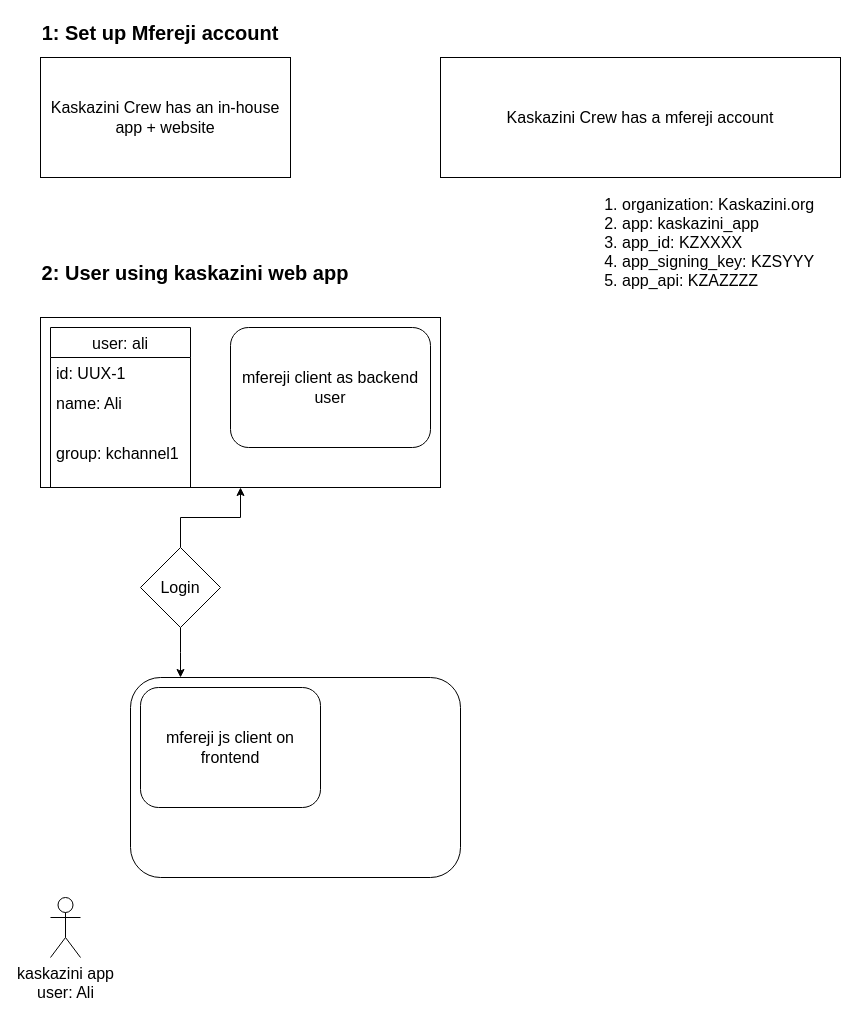
Before: page "Create account and integrate" (2 of 4) of mfereji-workflow.drawio in mfereji-io/chat_examples, a draw.io diagram. Source tidied: cells renumbered, new cells numbered last; positions are measured from the earlier drawing's top-left corner, leaving out a move shared by most shapes. Both pictures are drawn from the tidied source at 100%, with x=0, y=0 at pixel (20, 17).
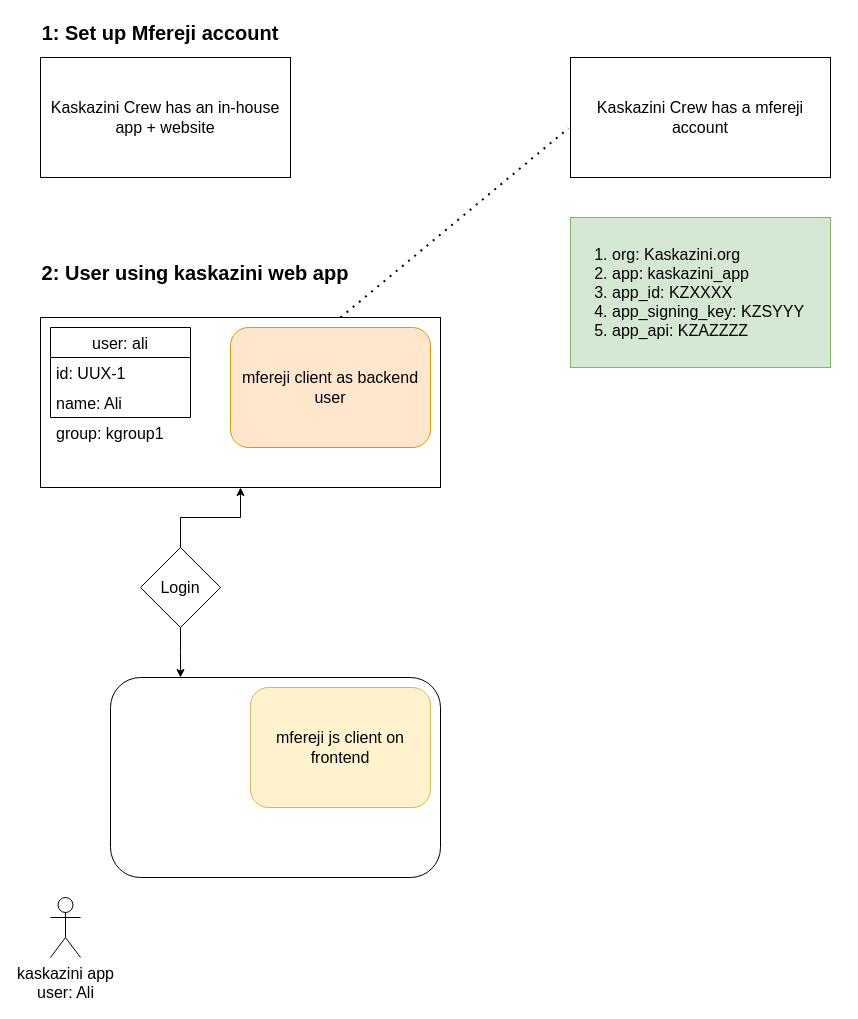
After the change.

Unchanged cells that the change refers to:
```xml
<mxCell id="5" style="rounded=0;whiteSpace=wrap;html=1;fontSize=16;" parent="1" vertex="1">
  <mxGeometry x="20" y="300" width="400" height="170" as="geometry" />
</mxCell>
```

Change to the diagram source:
```diff
@@
     <mxCell id="7" value="user: ali" style="swimlane;fontStyle=0;horizontal=1;startSize=30;fontSize=16;" parent="1" vertex="1">
-      <mxGeometry x="30" y="310" width="140" height="160" as="geometry" />
+      <mxGeometry x="30" y="310" width="140" height="90" as="geometry" />
     </mxCell>
@@
-    <mxCell id="10" value="group: kchannel1" style="text;strokeColor=none;fillColor=none;align=left;verticalAlign=middle;spacingLeft=4;spacingRight=4;overflow=hidden;fontSize=16;" parent="7" vertex="1">
-      <mxGeometry y="90" width="140" height="70" as="geometry" />
-    </mxCell>
     <mxCell id="11" style="rounded=1;whiteSpace=wrap;html=1;fontSize=16;" parent="1" vertex="1">
-      <mxGeometry x="110" y="660" width="330" height="200" as="geometry" />
+      <mxGeometry x="90" y="660" width="330" height="200" as="geometry" />
     </mxCell>
@@
     <mxCell id="15" value="&lt;font style=&quot;font-size: 16px;&quot;&gt;Kaskazini Crew has a mfereji account &lt;/font&gt;" style="rounded=0;whiteSpace=wrap;html=1;" parent="1" vertex="1">
-      <mxGeometry x="420" y="40" width="400" height="120" as="geometry" />
+      <mxGeometry x="550" y="40" width="260" height="120" as="geometry" />
     </mxCell>
-    <mxCell id="16" value="mfereji client as backend user" style="rounded=1;whiteSpace=wrap;html=1;fontSize=16;" parent="1" vertex="1">
+    <mxCell id="16" value="mfereji client as backend user" style="rounded=1;whiteSpace=wrap;html=1;fontSize=16;fillColor=#ffe6cc;strokeColor=#d79b00;" parent="1" vertex="1">
       <mxGeometry x="210" y="310" width="200" height="120" as="geometry" />
     </mxCell>
-    <mxCell id="17" value="mfereji js client on frontend" style="rounded=1;whiteSpace=wrap;html=1;fontSize=16;" parent="1" vertex="1">
-      <mxGeometry x="120" y="670" width="180" height="120" as="geometry" />
+    <mxCell id="17" value="mfereji js client on frontend" style="rounded=1;whiteSpace=wrap;html=1;fontSize=16;fillColor=#fff2cc;strokeColor=#d6b656;" parent="1" vertex="1">
+      <mxGeometry x="230" y="670" width="180" height="120" as="geometry" />
     </mxCell>
-    <mxCell id="18" value="&lt;ol&gt;&lt;li&gt;organization: Kaskazini.org&lt;/li&gt;&lt;li&gt;app: kaskazini_app&lt;/li&gt;&lt;li&gt;app_id: KZXXXX&lt;/li&gt;&lt;li&gt;app_signing_key: KZSYYY&lt;br&gt;&lt;/li&gt;&lt;li&gt;app_api: KZAZZZZ&lt;br&gt;&lt;/li&gt;&lt;/ol&gt;" style="text;strokeColor=none;fillColor=none;html=1;whiteSpace=wrap;verticalAlign=middle;overflow=hidden;fontSize=16;" parent="1" vertex="1">
-      <mxGeometry x="560" y="150" width="260" height="150" as="geometry" />
+    <mxCell id="18" value="&lt;ol&gt;&lt;li&gt;org: Kaskazini.org&lt;/li&gt;&lt;li&gt;app: kaskazini_app&lt;/li&gt;&lt;li&gt;app_id: KZXXXX&lt;/li&gt;&lt;li&gt;app_signing_key: KZSYYY&lt;br&gt;&lt;/li&gt;&lt;li&gt;app_api: KZAZZZZ&lt;br&gt;&lt;/li&gt;&lt;/ol&gt;" style="text;strokeColor=#82b366;fillColor=#d5e8d4;html=1;whiteSpace=wrap;verticalAlign=middle;overflow=hidden;fontSize=16;" parent="1" vertex="1">
+      <mxGeometry x="550" y="200" width="260" height="150" as="geometry" />
     </mxCell>
+    <mxCell id="19" value="group: kgroup1" style="text;strokeColor=none;fillColor=none;align=left;verticalAlign=middle;spacingLeft=4;spacingRight=4;overflow=hidden;fontSize=16;" parent="1" vertex="1">
+      <mxGeometry x="30" y="400" width="140" height="30" as="geometry" />
+    </mxCell>
+    <mxCell id="20" style="endArrow=none;dashed=1;html=1;dashPattern=1 3;strokeWidth=2;rounded=0;fontSize=12;entryX=-0.008;entryY=0.59;entryDx=0;entryDy=0;entryPerimeter=0;exitX=0.75;exitY=0;exitDx=0;exitDy=0;" parent="1" edge="1" source="5" target="15">
+      <mxGeometry relative="1" as="geometry" />
+    </mxCell>
```
